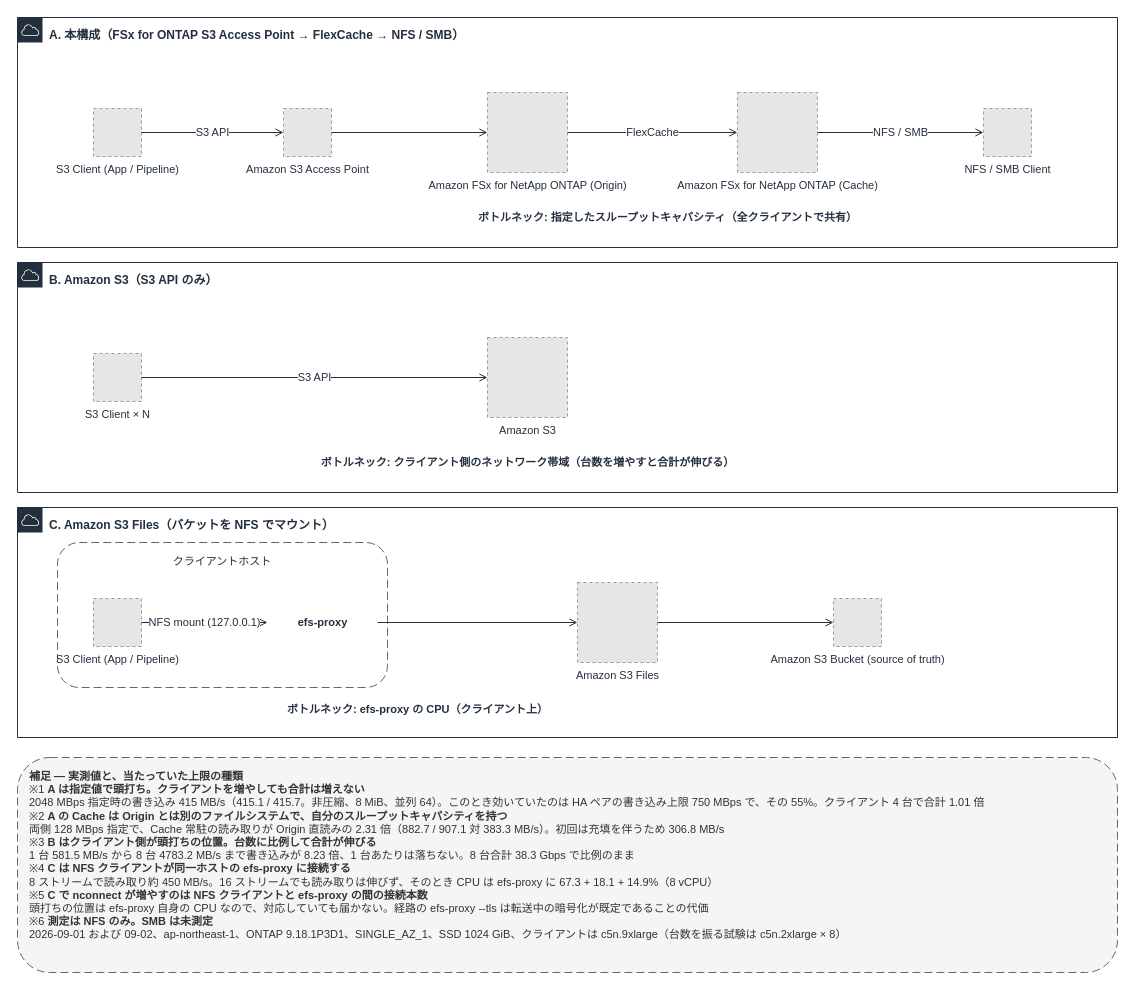
This is docs/_assets/diagrams/s3burst-throughput-bottlenecks.drawio from Yoshiki0705/S3-Burst-on-ONTAP-Files, a draw.io file, before an edit. Source tidied: cells renumbered, new cells numbered last; positions are measured from the earlier drawing's top-left corner, leaving out a move shared by most shapes. Both pictures are drawn from the tidied source at 100%, with x=0, y=0 at pixel (17, 17). Pictures stored in the file or linked from it are replaced by grey dashed boxes.
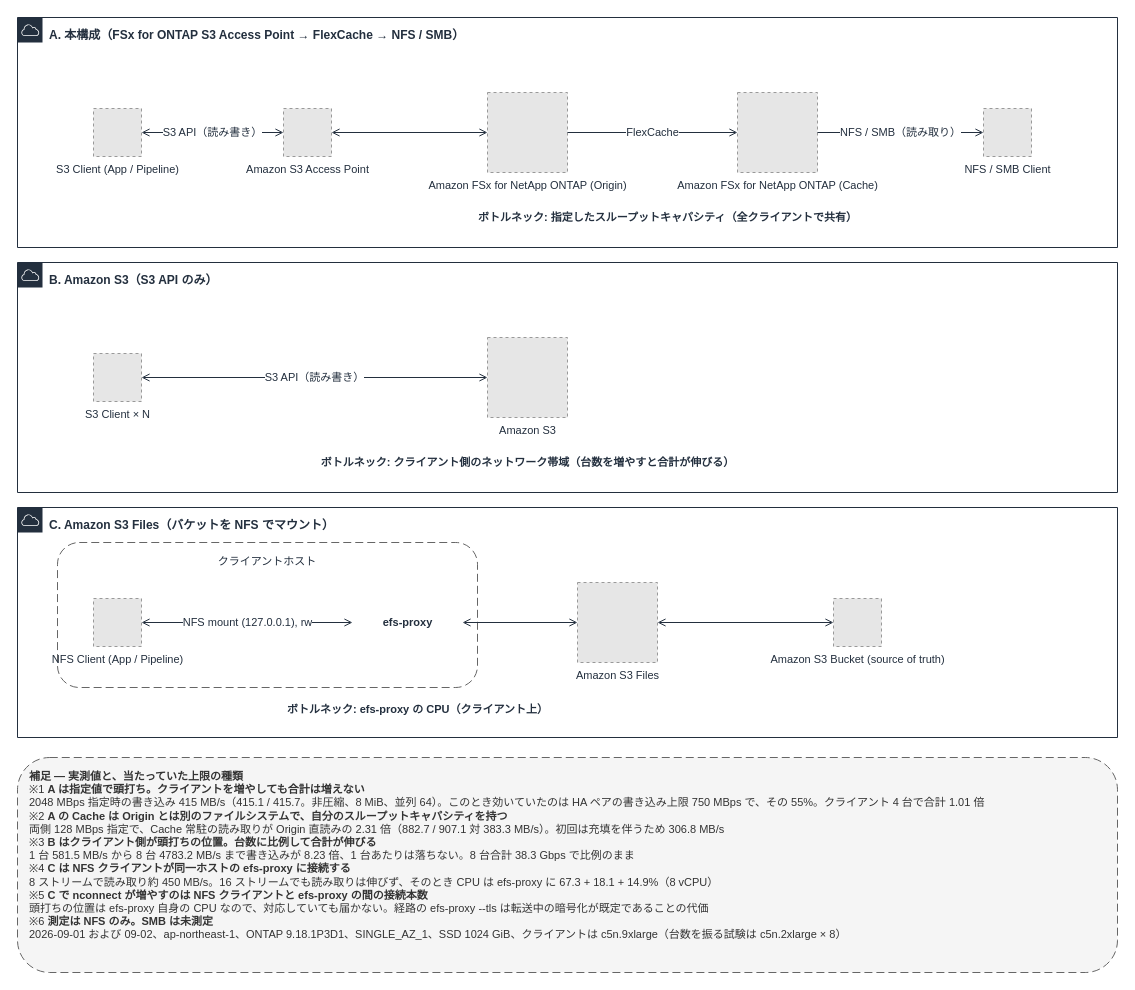
Above is the later version.

Commit message (it also covers changes not shown here):
fix(diagrams): draw both directions where one client does both (#70)

The change refers to these unchanged cells:
```xml
<mxCell id="10" value="S3 Client (App / Pipeline)" style="fillColor=#E6E6E6;strokeColor=#999999;dashed=1;html=1;verticalLabelPosition=bottom;verticalAlign=top;labelPosition=center;align=center;fontSize=11;fontColor=#232F3E;" parent="1" vertex="1">
  <mxGeometry x="76" y="91" width="48" height="48" as="geometry" />
</mxCell>
<mxCell id="11" value="Amazon S3 Access Point" style="fillColor=#E6E6E6;strokeColor=#999999;dashed=1;html=1;verticalLabelPosition=bottom;verticalAlign=top;labelPosition=center;align=center;fontSize=11;fontColor=#232F3E;" parent="1" vertex="1">
  <mxGeometry x="266" y="91" width="48" height="48" as="geometry" />
</mxCell>
<mxCell id="12" value="Amazon FSx for NetApp ONTAP (Origin)" style="fillColor=#E6E6E6;strokeColor=#999999;dashed=1;html=1;verticalLabelPosition=bottom;verticalAlign=top;labelPosition=center;align=center;fontSize=11;fontColor=#232F3E;" parent="1" vertex="1">
  <mxGeometry x="470" y="75" width="80" height="80" as="geometry" />
</mxCell>
<mxCell id="13" value="Amazon FSx for NetApp ONTAP (Cache)" style="fillColor=#E6E6E6;strokeColor=#999999;dashed=1;html=1;verticalLabelPosition=bottom;verticalAlign=top;labelPosition=center;align=center;fontSize=11;fontColor=#232F3E;" parent="1" vertex="1">
  <mxGeometry x="720" y="75" width="80" height="80" as="geometry" />
</mxCell>
<mxCell id="14" value="NFS / SMB Client" style="fillColor=#E6E6E6;strokeColor=#999999;dashed=1;html=1;verticalLabelPosition=bottom;verticalAlign=top;labelPosition=center;align=center;fontSize=11;fontColor=#232F3E;" parent="1" vertex="1">
  <mxGeometry x="966" y="91" width="48" height="48" as="geometry" />
</mxCell>
<mxCell id="15" value="S3 Client × N" style="fillColor=#E6E6E6;strokeColor=#999999;dashed=1;html=1;verticalLabelPosition=bottom;verticalAlign=top;labelPosition=center;align=center;fontSize=11;fontColor=#232F3E;" parent="1" vertex="1">
  <mxGeometry x="76" y="336" width="48" height="48" as="geometry" />
</mxCell>
<mxCell id="16" value="Amazon S3" style="fillColor=#E6E6E6;strokeColor=#999999;dashed=1;html=1;verticalLabelPosition=bottom;verticalAlign=top;labelPosition=center;align=center;fontSize=11;fontColor=#232F3E;" parent="1" vertex="1">
  <mxGeometry x="470" y="320" width="80" height="80" as="geometry" />
</mxCell>
<mxCell id="18" value="Amazon S3 Files" style="fillColor=#E6E6E6;strokeColor=#999999;dashed=1;html=1;verticalLabelPosition=bottom;verticalAlign=top;labelPosition=center;align=center;fontSize=11;fontColor=#232F3E;" parent="1" vertex="1">
  <mxGeometry x="560" y="565" width="80" height="80" as="geometry" />
</mxCell>
<mxCell id="19" value="Amazon S3 Bucket (source of truth)" style="fillColor=#E6E6E6;strokeColor=#999999;dashed=1;html=1;verticalLabelPosition=bottom;verticalAlign=top;labelPosition=center;align=center;fontSize=11;fontColor=#232F3E;" parent="1" vertex="1">
  <mxGeometry x="816" y="581" width="48" height="48" as="geometry" />
</mxCell>
```

The edit, as a diff of the source:
```diff
@@
     <mxCell id="5" value="クライアントホスト" style="rounded=1;whiteSpace=wrap;html=1;dashed=1;dashPattern=8 4;strokeColor=#666666;fillColor=none;fontColor=#232F3E;fontSize=11;verticalAlign=top;align=center;spacingTop=6;" parent="1" vertex="1">
-      <mxGeometry x="40" y="525" width="330" height="145" as="geometry" />
+      <mxGeometry x="40" y="525" width="420" height="145" as="geometry" />
     </mxCell>
@@
     <mxCell id="9" value="efs-proxy" style="text;html=1;strokeColor=none;fillColor=none;align=center;verticalAlign=middle;fontSize=11;fontStyle=1;fontColor=#232F3E;" parent="1" vertex="1">
-      <mxGeometry x="250" y="585" width="110" height="40" as="geometry" />
+      <mxGeometry x="335" y="585" width="110" height="40" as="geometry" />
     </mxCell>
@@
-    <mxCell id="17" value="S3 Client (App / Pipeline)" style="fillColor=#E6E6E6;strokeColor=#999999;dashed=1;html=1;verticalLabelPosition=bottom;verticalAlign=top;labelPosition=center;align=center;fontSize=11;fontColor=#232F3E;" parent="1" vertex="1">
+    <mxCell id="17" value="NFS Client (App / Pipeline)" style="fillColor=#E6E6E6;strokeColor=#999999;dashed=1;html=1;verticalLabelPosition=bottom;verticalAlign=top;labelPosition=center;align=center;fontSize=11;fontColor=#232F3E;" parent="1" vertex="1">
       <mxGeometry x="76" y="581" width="48" height="48" as="geometry" />
     </mxCell>
@@
-    <mxCell id="20" value="S3 API" style="edgeStyle=orthogonalEdgeStyle;rounded=0;html=1;endArrow=open;endFill=0;strokeColor=#232F3E;strokeWidth=1;fontSize=11;fontColor=#232F3E;" parent="1" edge="1" source="10" target="11">
+    <mxCell id="20" value="S3 API（読み書き）" style="edgeStyle=orthogonalEdgeStyle;rounded=0;html=1;endArrow=open;endFill=0;strokeColor=#232F3E;strokeWidth=1;fontSize=11;fontColor=#232F3E;startArrow=open;startFill=0;" parent="1" edge="1" source="10" target="11">
       <mxGeometry relative="1" as="geometry" />
     </mxCell>
-    <mxCell id="21" style="edgeStyle=orthogonalEdgeStyle;rounded=0;html=1;endArrow=open;endFill=0;strokeColor=#232F3E;strokeWidth=1;fontSize=11;fontColor=#232F3E;" parent="1" edge="1" source="11" target="12">
+    <mxCell id="21" style="edgeStyle=orthogonalEdgeStyle;rounded=0;html=1;endArrow=open;endFill=0;strokeColor=#232F3E;strokeWidth=1;fontSize=11;fontColor=#232F3E;startArrow=open;startFill=0;" parent="1" edge="1" source="11" target="12">
       <mxGeometry relative="1" as="geometry" />
     </mxCell>
@@
-    <mxCell id="23" value="NFS / SMB" style="edgeStyle=orthogonalEdgeStyle;rounded=0;html=1;endArrow=open;endFill=0;strokeColor=#232F3E;strokeWidth=1;fontSize=11;fontColor=#232F3E;" parent="1" edge="1" source="13" target="14">
+    <mxCell id="23" value="NFS / SMB（読み取り）" style="edgeStyle=orthogonalEdgeStyle;rounded=0;html=1;endArrow=open;endFill=0;strokeColor=#232F3E;strokeWidth=1;fontSize=11;fontColor=#232F3E;" parent="1" edge="1" source="13" target="14">
       <mxGeometry relative="1" as="geometry" />
     </mxCell>
-    <mxCell id="24" value="S3 API" style="edgeStyle=orthogonalEdgeStyle;rounded=0;html=1;endArrow=open;endFill=0;strokeColor=#232F3E;strokeWidth=1;fontSize=11;fontColor=#232F3E;" parent="1" edge="1" source="15" target="16">
+    <mxCell id="24" value="S3 API（読み書き）" style="edgeStyle=orthogonalEdgeStyle;rounded=0;html=1;endArrow=open;endFill=0;strokeColor=#232F3E;strokeWidth=1;fontSize=11;fontColor=#232F3E;startArrow=open;startFill=0;" parent="1" edge="1" source="15" target="16">
       <mxGeometry relative="1" as="geometry" />
     </mxCell>
-    <mxCell id="25" value="NFS mount (127.0.0.1)" style="edgeStyle=orthogonalEdgeStyle;rounded=0;html=1;endArrow=open;endFill=0;strokeColor=#232F3E;strokeWidth=1;fontSize=11;fontColor=#232F3E;" parent="1" edge="1" source="17" target="9">
+    <mxCell id="25" value="NFS mount (127.0.0.1), rw" style="edgeStyle=orthogonalEdgeStyle;rounded=0;html=1;endArrow=open;endFill=0;strokeColor=#232F3E;strokeWidth=1;fontSize=11;fontColor=#232F3E;startArrow=open;startFill=0;" parent="1" edge="1" source="17" target="9">
       <mxGeometry relative="1" as="geometry" />
     </mxCell>
-    <mxCell id="26" style="edgeStyle=orthogonalEdgeStyle;rounded=0;html=1;endArrow=open;endFill=0;strokeColor=#232F3E;strokeWidth=1;fontSize=11;fontColor=#232F3E;" parent="1" edge="1" source="9" target="18">
+    <mxCell id="26" style="edgeStyle=orthogonalEdgeStyle;rounded=0;html=1;endArrow=open;endFill=0;strokeColor=#232F3E;strokeWidth=1;fontSize=11;fontColor=#232F3E;startArrow=open;startFill=0;" parent="1" edge="1" source="9" target="18">
       <mxGeometry relative="1" as="geometry" />
     </mxCell>
-    <mxCell id="27" style="edgeStyle=orthogonalEdgeStyle;rounded=0;html=1;endArrow=open;endFill=0;strokeColor=#232F3E;strokeWidth=1;fontSize=11;fontColor=#232F3E;" parent="1" edge="1" source="18" target="19">
+    <mxCell id="27" style="edgeStyle=orthogonalEdgeStyle;rounded=0;html=1;endArrow=open;endFill=0;strokeColor=#232F3E;strokeWidth=1;fontSize=11;fontColor=#232F3E;startArrow=open;startFill=0;" parent="1" edge="1" source="18" target="19">
       <mxGeometry relative="1" as="geometry" />
     </mxCell>
```
